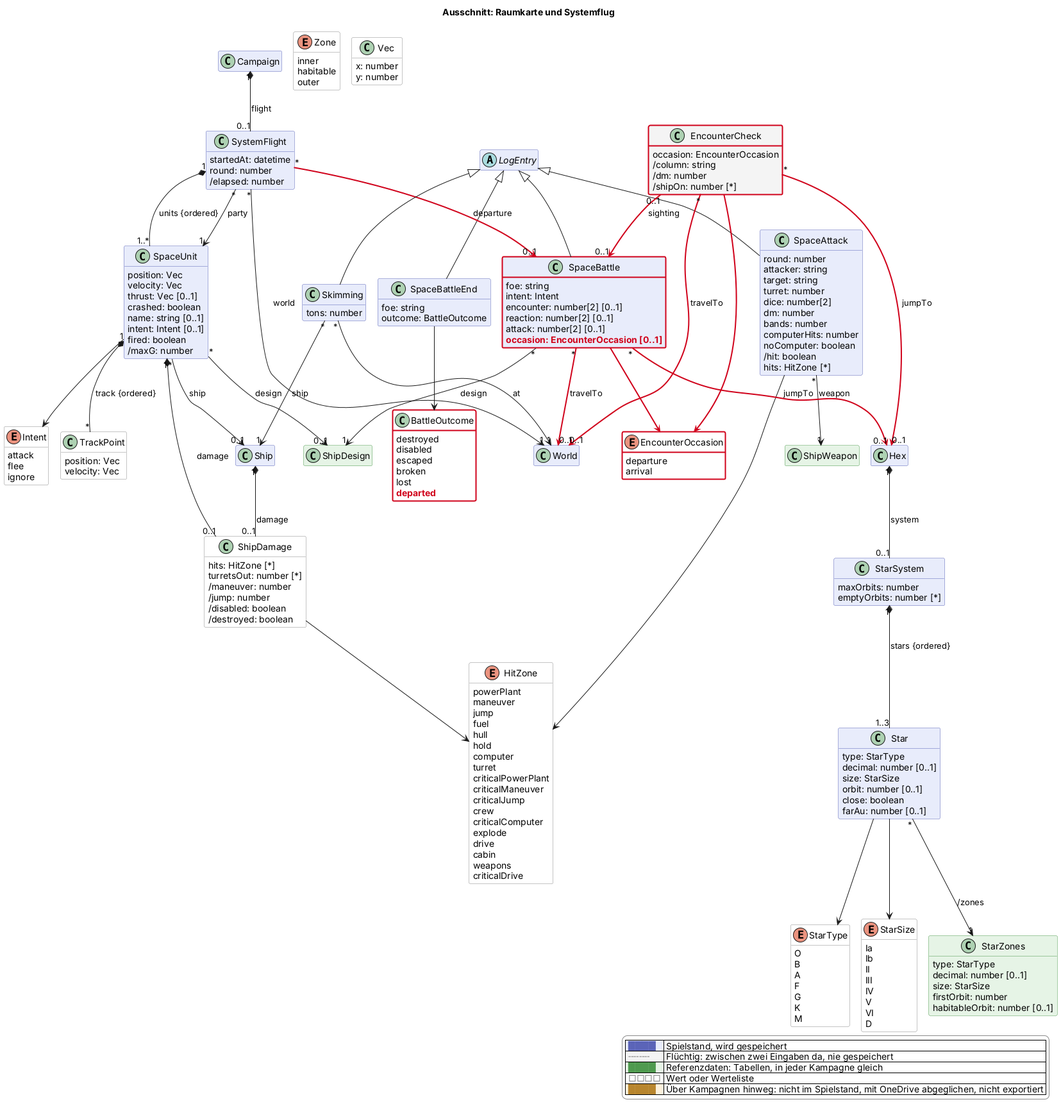
This is docs/views/raum.png from scuzzar/SRE, a PlantUML export, as it was before one commit.
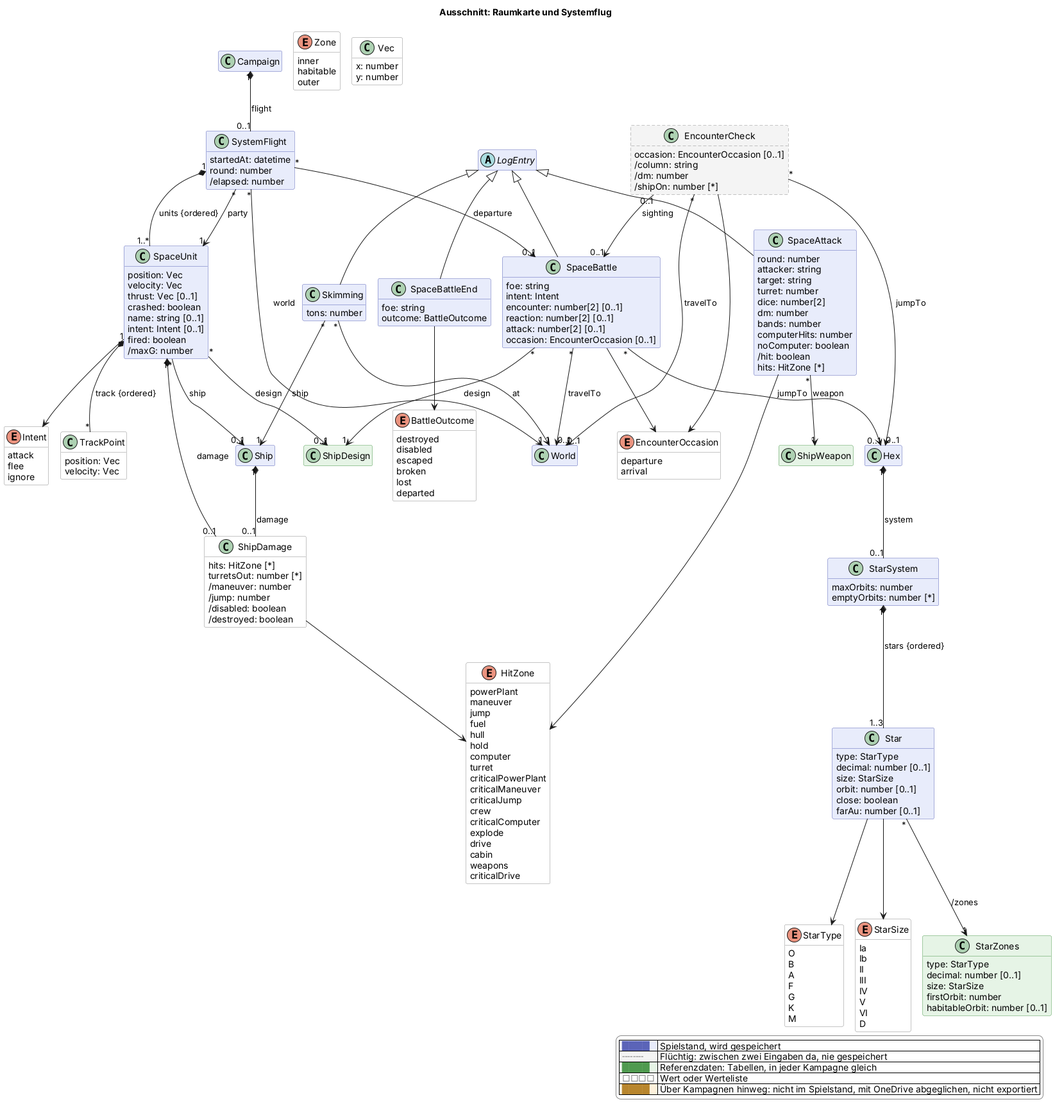
Above is the later version.

What changed in the source:
```diff
@@ -165,14 +165,14 @@
     encounter: number[2] [0..1]
     reaction: number[2] [0..1]
     attack: number[2] [0..1]
-    $new("2026-11-22b", "occasion: EncounterOccasion [0..1]")
+    occasion: EncounterOccasion [0..1]
   }
-  enum EncounterOccasion <<value>> $raum $newClass("2026-11-22b") {
+  enum EncounterOccasion <<value>> $raum {
     departure
     arrival
   }
-  class EncounterCheck <<transient>> $raum $newClass("2026-11-22b") {
-    occasion: EncounterOccasion
+  class EncounterCheck <<transient>> $raum {
+    occasion: EncounterOccasion [0..1]
     /column: string
     /dm: number
     /shipOn: number [*]
@@ -200,7 +200,7 @@
     escaped
     broken
     lost
-    $new("2026-11-22b", "departed")
+    departed
   }
   class SpaceUnit $raum {
     position: Vec
@@ -249,14 +249,14 @@
 SpaceAttack "*" --> "1" ShipWeapon : weapon
 SpaceAttack --> HitZone
 SpaceBattleEnd --> BattleOutcome
-SpaceBattle -$newArrow("2026-11-22b")-> EncounterOccasion
-SpaceBattle "*" -$newArrow("2026-11-22b")-> "0..1" Hex : jumpTo
-SpaceBattle "*" -$newArrow("2026-11-22b")-> "0..1" World : travelTo
-SystemFlight "*" -$newArrow("2026-11-22b")-> "0..1" SpaceBattle : departure
-EncounterCheck "0..1" -$newArrow("2026-11-22b")-> "0..1" SpaceBattle : sighting
-EncounterCheck -$newArrow("2026-11-22b")-> EncounterOccasion
-EncounterCheck "*" -$newArrow("2026-11-22b")-> "0..1" Hex : jumpTo
-EncounterCheck "*" -$newArrow("2026-11-22b")-> "0..1" World : travelTo
+SpaceBattle --> EncounterOccasion
+SpaceBattle "*" --> "0..1" Hex : jumpTo
+SpaceBattle "*" --> "0..1" World : travelTo
+SystemFlight "*" --> "0..1" SpaceBattle : departure
+EncounterCheck "0..1" --> "0..1" SpaceBattle : sighting
+EncounterCheck --> EncounterOccasion
+EncounterCheck "*" --> "0..1" Hex : jumpTo
+EncounterCheck "*" --> "0..1" World : travelTo
 SystemFlight "*" --> "1" SpaceUnit : party
 SpaceUnit "1" *-- "*" TrackPoint : track {ordered}
 LogEntry <|-- Skimming
@@ -287,6 +287,4 @@
   |<#ffffff> <color:#8a8a8a>□□□□</color> | Wert oder Werteliste |
   |<#fdf1dc> <color:#b8862e>████</color> | Über Kampagnen hinweg: nicht im Spielstand, mit OneDrive abgeglichen, nicht exportiert |
 endlegend
-class SpaceBattle #line:d0021b;line.bold
-class BattleOutcome #line:d0021b;line.bold
 @enduml
```
